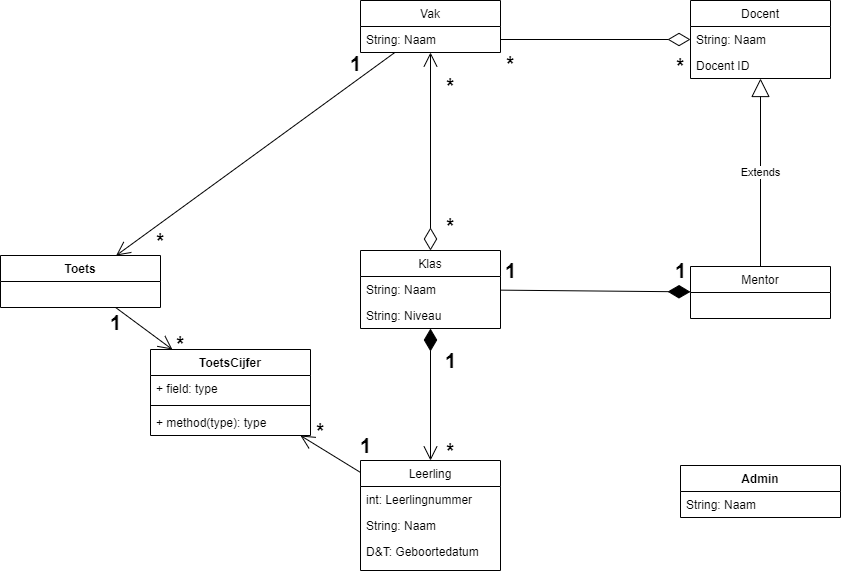
Earlier version of the draw.io export UML/Cijferregistratiesysteem class diagram.png (Vsvlak/Groepsopdracht-Kamer-1). Source tidied: cells renumbered, new cells last; positions are measured from the earlier drawing's top-left corner, leaving out a move shared by most shapes.
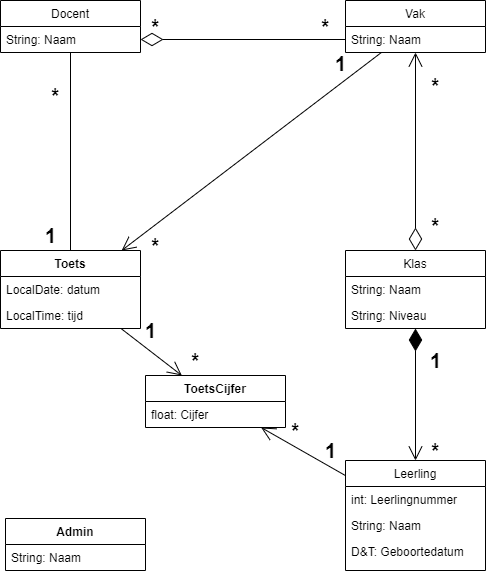
The same file after the commit.

Change to the diagram source:
```diff
@@ -2,9 +2,6 @@
   <root>
     <mxCell id="0" />
     <mxCell id="1" parent="0" />
-    <mxCell id="2" value="Extends" style="endArrow=block;endSize=16;endFill=0;html=1;exitX=0.5;exitY=0;exitDx=0;exitDy=0;" parent="1" edge="1" source="24" target="11">
-      <mxGeometry relative="1" as="geometry" />
-    </mxCell>
     <mxCell id="3" style="endArrow=open;endFill=1;endSize=12;html=1;startArrow=diamondThin;startFill=0;startSize=20;" parent="1" edge="1" source="25" target="4">
       <mxGeometry relative="1" as="geometry" />
     </mxCell>
@@ -29,32 +26,14 @@
     <mxCell id="10" value="D&amp;T: Geboortedatum" style="text;strokeColor=none;fillColor=none;align=left;verticalAlign=top;spacingLeft=4;spacingRight=4;overflow=hidden;" parent="7" vertex="1">
       <mxGeometry y="78" width="140" height="32" as="geometry" />
     </mxCell>
-    <mxCell id="11" value="Docent" style="swimlane;fontStyle=0;horizontal=1;startSize=26;fillColor=none;" parent="1" vertex="1">
-      <mxGeometry x="690" width="140" height="78" as="geometry" />
-    </mxCell>
-    <mxCell id="12" value="String: Naam" style="text;strokeColor=none;fillColor=none;align=left;verticalAlign=top;spacingLeft=4;spacingRight=4;overflow=hidden;points=[[0,0.5],[1,0.5]];portConstraint=eastwest;" parent="11" vertex="1">
-      <mxGeometry y="26" width="140" height="26" as="geometry" />
-    </mxCell>
-    <mxCell id="13" value="Docent ID" style="text;strokeColor=none;fillColor=none;align=left;verticalAlign=top;spacingLeft=4;spacingRight=4;overflow=hidden;" parent="11" vertex="1">
-      <mxGeometry y="52" width="140" height="26" as="geometry" />
-    </mxCell>
     <mxCell id="14" style="endArrow=none;endFill=0;endSize=12;html=1;startArrow=diamondThin;startFill=0;startSize=20;" parent="1" edge="1" source="12" target="5">
       <mxGeometry relative="1" as="geometry" />
     </mxCell>
-    <mxCell id="15" style="endArrow=none;endFill=0;endSize=20;html=1;startSize=20;startArrow=diamondThin;startFill=1;" parent="1" edge="1" source="24" target="25">
-      <mxGeometry relative="1" as="geometry" />
-    </mxCell>
-    <mxCell id="16" value="1" style="text;html=1;align=center;verticalAlign=middle;fontSize=20;fontStyle=1;" parent="1" vertex="1">
-      <mxGeometry x="495" y="255" width="30" height="30" as="geometry" />
-    </mxCell>
-    <mxCell id="17" value="1" style="text;html=1;align=center;verticalAlign=middle;fontSize=20;fontStyle=1;" parent="1" vertex="1">
-      <mxGeometry x="665" y="255" width="30" height="30" as="geometry" />
-    </mxCell>
     <mxCell id="18" value="*" style="text;html=1;align=center;verticalAlign=middle;fontSize=20;fontStyle=1;" parent="1" vertex="1">
-      <mxGeometry x="670" y="50" width="20" height="30" as="geometry" />
+      <mxGeometry x="330" y="11" width="20" height="30" as="geometry" />
     </mxCell>
     <mxCell id="19" value="*" style="text;html=1;align=center;verticalAlign=middle;fontSize=20;fontStyle=1;" parent="1" vertex="1">
-      <mxGeometry x="500" y="48" width="20" height="30" as="geometry" />
+      <mxGeometry x="160" y="11" width="20" height="30" as="geometry" />
     </mxCell>
     <mxCell id="20" value="*" style="text;html=1;align=center;verticalAlign=middle;fontSize=20;fontStyle=1;" parent="1" vertex="1">
       <mxGeometry x="440" y="210" width="20" height="30" as="geometry" />
@@ -68,9 +47,6 @@
     <mxCell id="23" value="*" style="text;html=1;align=center;verticalAlign=middle;fontSize=20;fontStyle=1;" parent="1" vertex="1">
       <mxGeometry x="440" y="435" width="20" height="30" as="geometry" />
     </mxCell>
-    <mxCell id="24" value="Mentor" style="swimlane;fontStyle=0;horizontal=1;startSize=26;fillColor=none;" parent="1" vertex="1">
-      <mxGeometry x="690" y="266" width="140" height="52" as="geometry" />
-    </mxCell>
     <mxCell id="25" value="Klas" style="swimlane;fontStyle=0;horizontal=1;startSize=26;fillColor=none;" parent="1" vertex="1">
       <mxGeometry x="360" y="250" width="140" height="78" as="geometry" />
     </mxCell>
@@ -86,47 +62,62 @@
     <mxCell id="29" style="endArrow=none;html=1;endFill=0;startArrow=open;startFill=0;endSize=12;startSize=12;" parent="1" edge="1" source="32" target="30">
       <mxGeometry relative="1" as="geometry" />
     </mxCell>
-    <mxCell id="30" value="Toets" style="swimlane;fontStyle=1;align=center;verticalAlign=top;horizontal=1;startSize=26;" parent="1" vertex="1">
-      <mxGeometry y="255" width="160" height="52" as="geometry" />
-    </mxCell>
     <mxCell id="31" style="endArrow=none;html=1;endFill=0;startArrow=open;startFill=0;endSize=12;startSize=12;" parent="1" edge="1" source="30" target="4">
       <mxGeometry relative="1" as="geometry" />
     </mxCell>
-    <mxCell id="32" value="ToetsCijfer" style="swimlane;fontStyle=1;align=center;verticalAlign=top;horizontal=1;startSize=26;" parent="1" vertex="1">
-      <mxGeometry x="150" y="349" width="160" height="86" as="geometry" />
-    </mxCell>
-    <mxCell id="33" value="+ field: type" style="text;strokeColor=none;fillColor=none;align=left;verticalAlign=top;spacingLeft=4;spacingRight=4;overflow=hidden;" parent="32" vertex="1">
-      <mxGeometry y="26" width="160" height="26" as="geometry" />
-    </mxCell>
-    <mxCell id="34" style="line;strokeWidth=1;fillColor=none;align=left;verticalAlign=middle;spacingTop=-1;spacingLeft=3;spacingRight=3;labelPosition=right;" parent="32" vertex="1">
-      <mxGeometry y="52" width="160" height="8" as="geometry" />
-    </mxCell>
-    <mxCell id="35" value="+ method(type): type" style="text;strokeColor=none;fillColor=none;align=left;verticalAlign=top;spacingLeft=4;spacingRight=4;overflow=hidden;" parent="32" vertex="1">
-      <mxGeometry y="60" width="160" height="26" as="geometry" />
-    </mxCell>
     <mxCell id="36" value="&lt;font style=&quot;font-size: 20px&quot;&gt;*&lt;/font&gt;" style="text;html=1;align=center;verticalAlign=middle;fontStyle=1;" parent="1" vertex="1">
-      <mxGeometry x="310" y="420" width="20" height="20" as="geometry" />
+      <mxGeometry x="300" y="420" width="20" height="20" as="geometry" />
     </mxCell>
     <mxCell id="37" value="&lt;font style=&quot;font-size: 20px&quot;&gt;1&lt;/font&gt;" style="text;html=1;align=center;verticalAlign=middle;fontStyle=1;fontSize=20;" parent="1" vertex="1">
-      <mxGeometry x="350" y="430" width="30" height="30" as="geometry" />
+      <mxGeometry x="330" y="435" width="30" height="30" as="geometry" />
     </mxCell>
     <mxCell id="38" value="&lt;b&gt;1&lt;/b&gt;" style="text;html=1;align=center;verticalAlign=middle;fontSize=20;" parent="1" vertex="1">
-      <mxGeometry x="100" y="307" width="30" height="30" as="geometry" />
+      <mxGeometry x="150" y="315" width="30" height="30" as="geometry" />
     </mxCell>
     <mxCell id="39" value="&lt;b&gt;*&lt;/b&gt;" style="text;html=1;align=center;verticalAlign=middle;fontSize=20;" parent="1" vertex="1">
-      <mxGeometry x="170" y="328" width="20" height="30" as="geometry" />
+      <mxGeometry x="200" y="345" width="20" height="30" as="geometry" />
     </mxCell>
     <mxCell id="40" value="*" style="text;html=1;align=center;verticalAlign=middle;fontSize=20;fontStyle=1;" parent="1" vertex="1">
-      <mxGeometry x="150" y="225" width="20" height="30" as="geometry" />
+      <mxGeometry x="160" y="230" width="20" height="30" as="geometry" />
     </mxCell>
     <mxCell id="41" value="1" style="text;html=1;align=center;verticalAlign=middle;fontSize=20;fontStyle=1;" parent="1" vertex="1">
       <mxGeometry x="340" y="48" width="30" height="30" as="geometry" />
     </mxCell>
+    <mxCell id="44" style="endArrow=none;html=1;" parent="1" edge="1" source="30" target="11">
+      <mxGeometry relative="1" as="geometry" />
+    </mxCell>
+    <mxCell id="45" value="&lt;b&gt;1&lt;/b&gt;" style="text;html=1;align=center;verticalAlign=middle;fontSize=20;" parent="1" vertex="1">
+      <mxGeometry x="50" y="220" width="30" height="30" as="geometry" />
+    </mxCell>
+    <mxCell id="46" value="*" style="text;html=1;align=center;verticalAlign=middle;fontSize=20;fontStyle=1;" parent="1" vertex="1">
+      <mxGeometry x="60" y="80" width="20" height="30" as="geometry" />
+    </mxCell>
     <mxCell id="42" value="Admin&#10;" style="swimlane;fontStyle=1;align=center;verticalAlign=top;horizontal=1;startSize=26;" parent="1" vertex="1">
-      <mxGeometry x="680" y="465" width="160" height="52" as="geometry" />
+      <mxGeometry x="20" y="518" width="140" height="52" as="geometry" />
     </mxCell>
     <mxCell id="43" value="String: Naam" style="text;strokeColor=none;fillColor=none;align=left;verticalAlign=top;spacingLeft=4;spacingRight=4;overflow=hidden;" parent="42" vertex="1">
-      <mxGeometry y="26" width="160" height="26" as="geometry" />
+      <mxGeometry y="26" width="140" height="26" as="geometry" />
     </mxCell>
+    <mxCell id="11" value="Docent" style="swimlane;fontStyle=0;horizontal=1;startSize=26;fillColor=none;" parent="1" vertex="1">
+      <mxGeometry x="15" width="140" height="52" as="geometry" />
+    </mxCell>
+    <mxCell id="12" value="String: Naam" style="text;strokeColor=none;fillColor=none;align=left;verticalAlign=top;spacingLeft=4;spacingRight=4;overflow=hidden;points=[[0,0.5],[1,0.5]];portConstraint=eastwest;" parent="11" vertex="1">
+      <mxGeometry y="26" width="140" height="26" as="geometry" />
+    </mxCell>
+    <mxCell id="32" value="ToetsCijfer" style="swimlane;fontStyle=1;horizontal=1;startSize=26;fillColor=none;" parent="1" vertex="1">
+      <mxGeometry x="160" y="375" width="140" height="52" as="geometry" />
+    </mxCell>
+    <mxCell id="47" value="float: Cijfer" style="text;strokeColor=none;fillColor=none;align=left;verticalAlign=top;spacingLeft=4;spacingRight=4;overflow=hidden;" parent="32" vertex="1">
+      <mxGeometry y="26" width="140" height="26" as="geometry" />
+    </mxCell>
+    <mxCell id="30" value="Toets" style="swimlane;fontStyle=1;horizontal=1;startSize=26;fillColor=none;" parent="1" vertex="1">
+      <mxGeometry x="15" y="250" width="140" height="78" as="geometry" />
+    </mxCell>
+    <mxCell id="48" value="LocalDate: datum" style="text;strokeColor=none;fillColor=none;align=left;verticalAlign=top;spacingLeft=4;spacingRight=4;overflow=hidden;" parent="30" vertex="1">
+      <mxGeometry y="26" width="140" height="26" as="geometry" />
+    </mxCell>
+    <mxCell id="49" value="LocalTime: tijd" style="text;strokeColor=none;fillColor=none;align=left;verticalAlign=top;spacingLeft=4;spacingRight=4;overflow=hidden;" parent="30" vertex="1">
+      <mxGeometry y="52" width="140" height="26" as="geometry" />
+    </mxCell>
   </root>
 </mxGraphModel>
```
